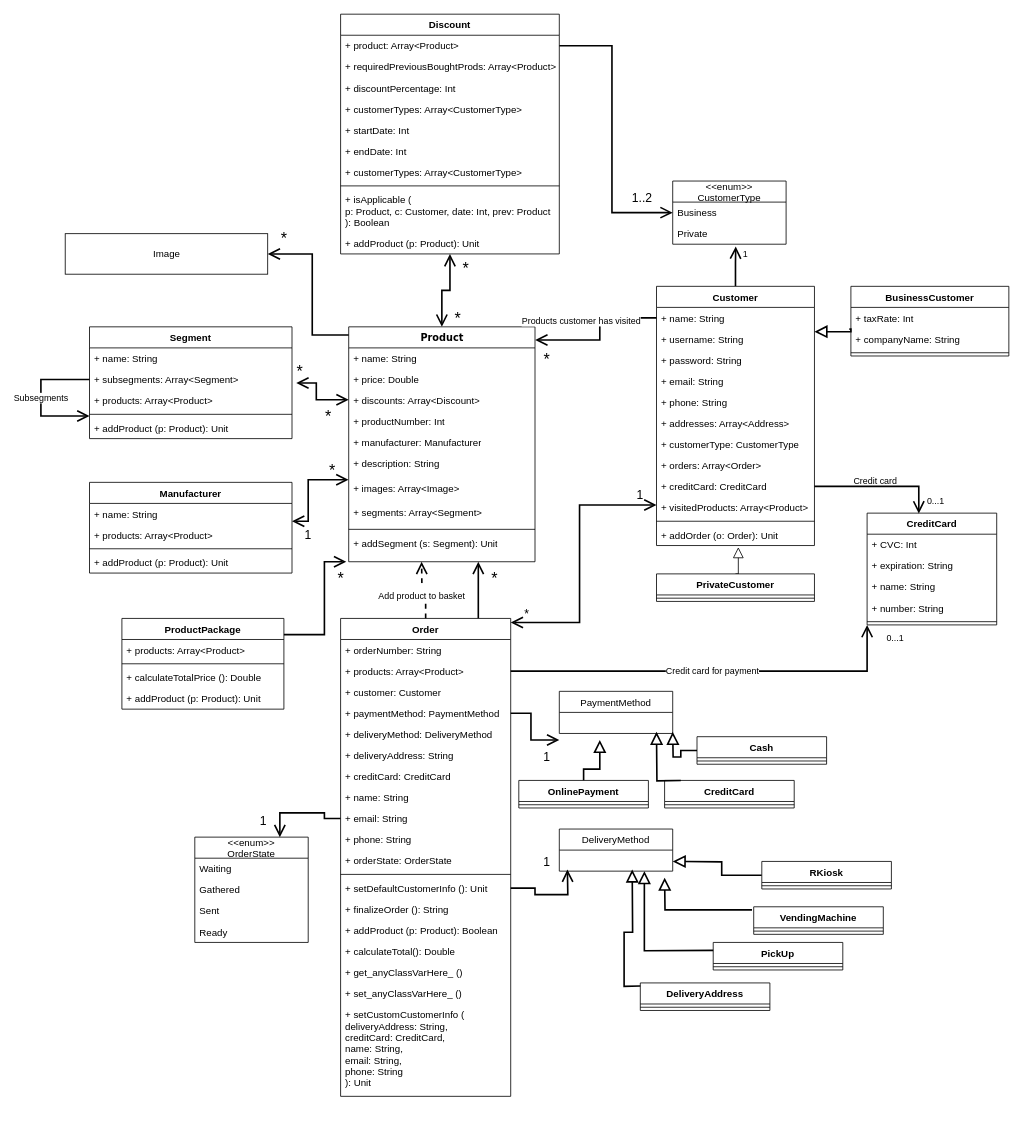
Above: UMLFinal.drawio in olliglorioso/datasets (draw.io), before the change. Source tidied: cells renumbered, new cells numbered last; positions are measured from the earlier drawing's top-left corner, leaving out a move shared by most shapes. Both pictures are drawn from the tidied source at 81%, with x=0, y=0 at pixel (40, 14).
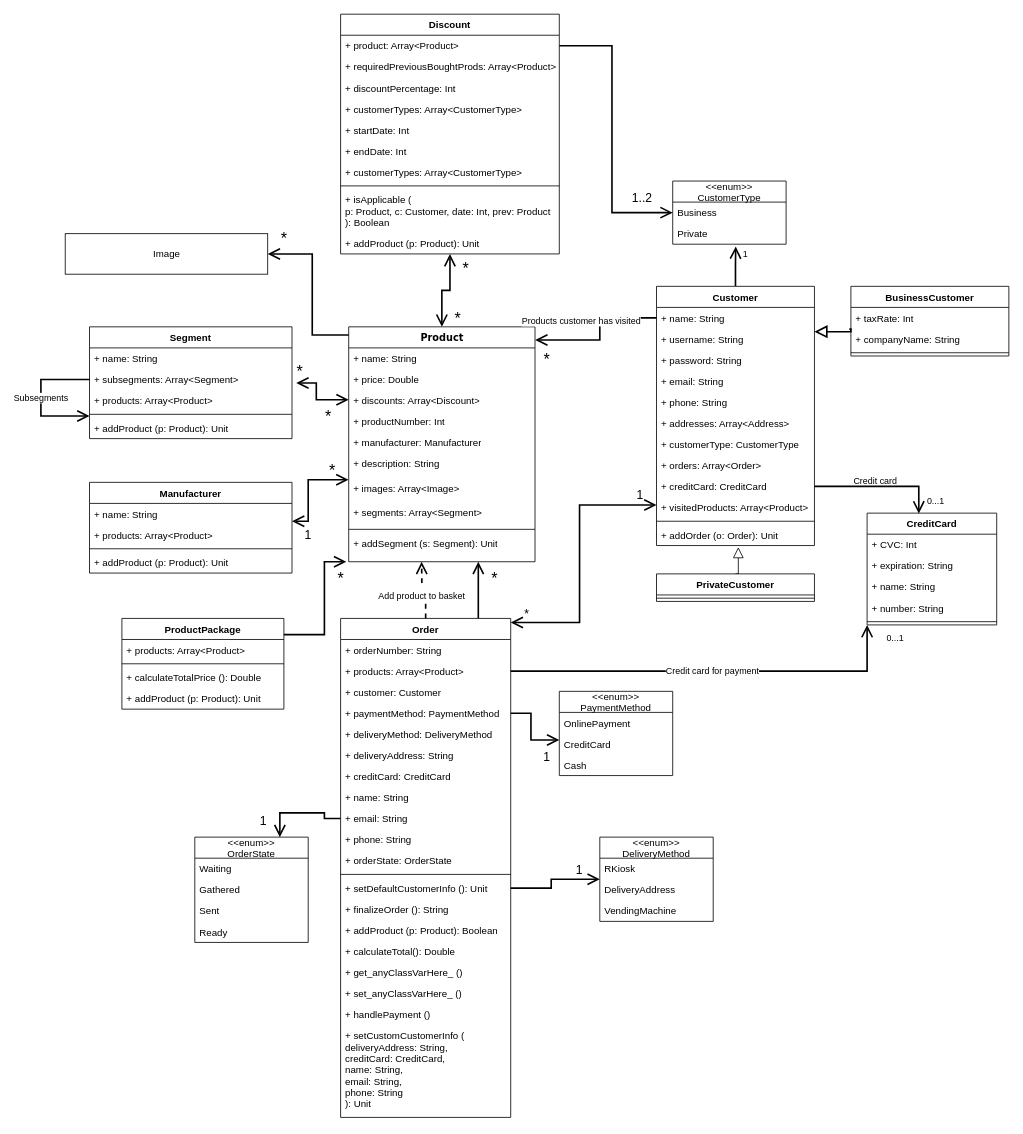
The same page after the edit.

The change refers to these unchanged cells:
```xml
<mxCell id="29" value="+ setDefaultCustomerInfo (): Unit" style="text;strokeColor=none;fillColor=none;align=left;verticalAlign=top;spacingLeft=4;spacingRight=4;overflow=hidden;points=[[0,0.5],[1,0.5]];portConstraint=eastwest;" parent="16" vertex="1">
  <mxGeometry y="320" width="210" height="26" as="geometry" />
</mxCell>
```

The edit, as a diff of the source:
```diff
@@
     <mxCell id="16" value="Order" style="swimlane;fontStyle=1;align=center;verticalAlign=top;horizontal=1;startSize=26;" parent="1" vertex="1">
-      <mxGeometry x="370" y="746" width="210" height="590" as="geometry" />
+      <mxGeometry x="370" y="746" width="210" height="616" as="geometry" />
     </mxCell>
@@
+    <mxCell id="152" value="+ handlePayment ()" style="text;strokeColor=none;fillColor=none;align=left;verticalAlign=top;spacingLeft=4;spacingRight=4;overflow=hidden;" parent="16" vertex="1">
+      <mxGeometry y="476" width="210" height="26" as="geometry" />
+    </mxCell>
     <mxCell id="35" value="+ setCustomCustomerInfo (&#10;deliveryAddress: String, &#10;creditCard: CreditCard,&#10;name: String,&#10;email: String,&#10;phone: String&#10;): Unit" style="text;strokeColor=none;fillColor=none;align=left;verticalAlign=top;spacingLeft=4;spacingRight=4;overflow=hidden;" parent="16" vertex="1">
-      <mxGeometry y="476" width="210" height="114" as="geometry" />
+      <mxGeometry y="502" width="210" height="114" as="geometry" />
     </mxCell>
@@
-    <mxCell id="94" value="PaymentMethod" style="swimlane;fontStyle=0;horizontal=1;startSize=26;fillColor=none;" parent="1" vertex="1">
-      <mxGeometry x="640" y="836" width="140" height="52" as="geometry" />
+    <mxCell id="94" value="&lt;&lt;enum&gt;&gt;&#10;PaymentMethod" style="swimlane;fontStyle=0;horizontal=1;startSize=26;fillColor=none;" parent="1" vertex="1">
+      <mxGeometry x="640" y="836" width="140" height="104" as="geometry" />
     </mxCell>
+    <mxCell id="144" value="OnlinePayment" style="text;strokeColor=none;fillColor=none;align=left;verticalAlign=top;spacingLeft=4;spacingRight=4;overflow=hidden;points=[[0,0.5],[1,0.5]];portConstraint=eastwest;" parent="94" vertex="1">
+      <mxGeometry y="26" width="140" height="26" as="geometry" />
+    </mxCell>
+    <mxCell id="149" value="CreditCard" style="text;strokeColor=none;fillColor=none;align=left;verticalAlign=top;spacingLeft=4;spacingRight=4;overflow=hidden;" parent="94" vertex="1">
+      <mxGeometry y="52" width="140" height="26" as="geometry" />
+    </mxCell>
+    <mxCell id="147" value="Cash" style="text;strokeColor=none;fillColor=none;align=left;verticalAlign=top;spacingLeft=4;spacingRight=4;overflow=hidden;points=[[0,0.5],[1,0.5]];portConstraint=eastwest;" parent="94" vertex="1">
+      <mxGeometry y="78" width="140" height="26" as="geometry" />
+    </mxCell>
@@
-    <mxCell id="97" value="DeliveryMethod" style="swimlane;fontStyle=0;horizontal=1;startSize=26;fillColor=none;" parent="1" vertex="1">
-      <mxGeometry x="640" y="1006" width="140" height="52" as="geometry" />
+    <mxCell id="97" value="&lt;&lt;enum&gt;&gt;&#10;DeliveryMethod" style="swimlane;fontStyle=0;horizontal=1;startSize=26;fillColor=none;" parent="1" vertex="1">
+      <mxGeometry x="690" y="1016" width="140" height="104" as="geometry" />
     </mxCell>
+    <mxCell id="134" value="RKiosk" style="text;strokeColor=none;fillColor=none;align=left;verticalAlign=top;spacingLeft=4;spacingRight=4;overflow=hidden;points=[[0,0.5],[1,0.5]];portConstraint=eastwest;" parent="97" vertex="1">
+      <mxGeometry y="26" width="140" height="26" as="geometry" />
+    </mxCell>
+    <mxCell id="138" value="DeliveryAddress" style="text;strokeColor=none;fillColor=none;align=left;verticalAlign=top;spacingLeft=4;spacingRight=4;overflow=hidden;" parent="97" vertex="1">
+      <mxGeometry y="52" width="140" height="26" as="geometry" />
+    </mxCell>
+    <mxCell id="136" value="VendingMachine" style="text;strokeColor=none;fillColor=none;align=left;verticalAlign=top;spacingLeft=4;spacingRight=4;overflow=hidden;points=[[0,0.5],[1,0.5]];portConstraint=eastwest;" parent="97" vertex="1">
+      <mxGeometry y="78" width="140" height="26" as="geometry" />
+    </mxCell>
-    <mxCell id="98" style="edgeStyle=orthogonalEdgeStyle;rounded=0;jettySize=auto;html=1;strokeWidth=2;endArrow=open;endFill=0;startSize=11;endSize=11;" parent="1" edge="1" source="29">
-      <mxGeometry relative="1" as="geometry">
-        <mxPoint x="650" y="1056" as="targetPoint" />
-      </mxGeometry>
+    <mxCell id="98" style="edgeStyle=orthogonalEdgeStyle;rounded=0;jettySize=auto;html=1;strokeWidth=2;endArrow=open;endFill=0;startSize=11;endSize=11;" parent="1" edge="1" source="29" target="97">
+      <mxGeometry relative="1" as="geometry" />
     </mxCell>
@@
     <mxCell id="125" value="1" style="text;strokeColor=none;align=center;fillColor=none;html=1;verticalAlign=middle;whiteSpace=wrap;rounded=0;fontSize=15;" parent="1" vertex="1">
-      <mxGeometry x="610" y="1036" width="30" height="20" as="geometry" />
+      <mxGeometry x="650" y="1046" width="30" height="20" as="geometry" />
     </mxCell>
@@
-    <mxCell id="131" value="PickUp" style="swimlane;fontStyle=1;align=center;verticalAlign=top;horizontal=1;startSize=26;" parent="1" vertex="1">
-      <mxGeometry x="830" y="1146" width="160" height="34" as="geometry" />
-    </mxCell>
-    <mxCell id="132" style="line;strokeWidth=1;fillColor=none;align=left;verticalAlign=middle;spacingTop=-1;spacingLeft=3;spacingRight=3;labelPosition=right;strokeColor=inherit;" parent="131" vertex="1">
-      <mxGeometry y="26" width="160" height="8" as="geometry" />
-    </mxCell>
-    <mxCell id="133" style="edgeStyle=orthogonalEdgeStyle;rounded=0;jettySize=auto;html=1;strokeWidth=2;endArrow=block;endFill=0;endSize=11;" parent="1" edge="1" source="134">
-      <mxGeometry relative="1" as="geometry">
-        <mxPoint x="780" y="1046" as="targetPoint" />
-      </mxGeometry>
-    </mxCell>
-    <mxCell id="134" value="RKiosk" style="swimlane;fontStyle=1;align=center;verticalAlign=top;horizontal=1;startSize=26;" parent="1" vertex="1">
-      <mxGeometry x="890" y="1046" width="160" height="34" as="geometry" />
-    </mxCell>
-    <mxCell id="135" style="line;strokeWidth=1;fillColor=none;align=left;verticalAlign=middle;spacingTop=-1;spacingLeft=3;spacingRight=3;labelPosition=right;strokeColor=inherit;" parent="134" vertex="1">
-      <mxGeometry y="26" width="160" height="8" as="geometry" />
-    </mxCell>
-    <mxCell id="136" value="VendingMachine" style="swimlane;fontStyle=1;align=center;verticalAlign=top;horizontal=1;startSize=26;" parent="1" vertex="1">
-      <mxGeometry x="880" y="1102" width="160" height="34" as="geometry" />
-    </mxCell>
-    <mxCell id="137" style="line;strokeWidth=1;fillColor=none;align=left;verticalAlign=middle;spacingTop=-1;spacingLeft=3;spacingRight=3;labelPosition=right;strokeColor=inherit;" parent="136" vertex="1">
-      <mxGeometry y="26" width="160" height="8" as="geometry" />
-    </mxCell>
-    <mxCell id="138" value="DeliveryAddress" style="swimlane;fontStyle=1;align=center;verticalAlign=top;horizontal=1;startSize=26;" parent="1" vertex="1">
-      <mxGeometry x="740" y="1196" width="160" height="34" as="geometry" />
-    </mxCell>
-    <mxCell id="139" style="line;strokeWidth=1;fillColor=none;align=left;verticalAlign=middle;spacingTop=-1;spacingLeft=3;spacingRight=3;labelPosition=right;strokeColor=inherit;" parent="138" vertex="1">
-      <mxGeometry y="26" width="160" height="8" as="geometry" />
-    </mxCell>
-    <mxCell id="140" style="edgeStyle=orthogonalEdgeStyle;rounded=0;jettySize=auto;html=1;strokeWidth=2;endArrow=block;endFill=0;exitX=-0.013;exitY=0.113;exitDx=0;exitDy=0;exitPerimeter=0;endSize=11;" parent="1" edge="1" source="136">
-      <mxGeometry relative="1" as="geometry">
-        <mxPoint x="770" y="1066" as="targetPoint" />
-      </mxGeometry>
-    </mxCell>
-    <mxCell id="141" style="edgeStyle=orthogonalEdgeStyle;rounded=0;jettySize=auto;html=1;strokeWidth=2;endArrow=block;endFill=0;exitX=-0.013;exitY=0.113;exitDx=0;exitDy=0;exitPerimeter=0;entryX=0.75;entryY=1;entryDx=0;entryDy=0;endSize=11;" parent="1" edge="1" target="97">
-      <mxGeometry relative="1" as="geometry">
-        <mxPoint x="830" y="1155.8" as="sourcePoint" />
-      </mxGeometry>
-    </mxCell>
-    <mxCell id="142" style="edgeStyle=orthogonalEdgeStyle;rounded=0;orthogonalLoop=1;jettySize=auto;html=1;strokeWidth=2;endArrow=block;endFill=0;exitX=-0.013;exitY=0.113;exitDx=0;exitDy=0;exitPerimeter=0;endSize=11;" parent="1" edge="1">
-      <mxGeometry relative="1" as="geometry">
-        <mxPoint x="740" y="1199.8" as="sourcePoint" />
-        <mxPoint x="730" y="1056" as="targetPoint" />
-      </mxGeometry>
-    </mxCell>
-    <mxCell id="143" style="edgeStyle=orthogonalEdgeStyle;rounded=0;jettySize=auto;html=1;strokeWidth=2;endArrow=block;endFill=0;endSize=11;" parent="1" edge="1" source="144">
-      <mxGeometry relative="1" as="geometry">
-        <mxPoint x="690" y="896" as="targetPoint" />
-        <Array as="points">
-          <mxPoint x="670" y="932" />
-          <mxPoint x="690" y="932" />
-          <mxPoint x="690" y="918" />
-        </Array>
-      </mxGeometry>
-    </mxCell>
-    <mxCell id="144" value="OnlinePayment" style="swimlane;fontStyle=1;align=center;verticalAlign=top;horizontal=1;startSize=26;" parent="1" vertex="1">
-      <mxGeometry x="590" y="946" width="160" height="34" as="geometry" />
-    </mxCell>
-    <mxCell id="145" style="line;strokeWidth=1;fillColor=none;align=left;verticalAlign=middle;spacingTop=-1;spacingLeft=3;spacingRight=3;labelPosition=right;strokeColor=inherit;" parent="144" vertex="1">
-      <mxGeometry y="26" width="160" height="8" as="geometry" />
-    </mxCell>
-    <mxCell id="146" style="edgeStyle=orthogonalEdgeStyle;rounded=0;jettySize=auto;html=1;strokeWidth=2;endArrow=block;endFill=0;endSize=11;startSize=11;" parent="1" edge="1" source="147">
-      <mxGeometry relative="1" as="geometry">
-        <mxPoint x="780" y="886" as="targetPoint" />
-      </mxGeometry>
-    </mxCell>
-    <mxCell id="147" value="Cash" style="swimlane;fontStyle=1;align=center;verticalAlign=top;horizontal=1;startSize=26;" parent="1" vertex="1">
-      <mxGeometry x="810" y="892" width="160" height="34" as="geometry" />
-    </mxCell>
-    <mxCell id="148" style="line;strokeWidth=1;fillColor=none;align=left;verticalAlign=middle;spacingTop=-1;spacingLeft=3;spacingRight=3;labelPosition=right;strokeColor=inherit;" parent="147" vertex="1">
-      <mxGeometry y="26" width="160" height="8" as="geometry" />
-    </mxCell>
-    <mxCell id="149" value="CreditCard" style="swimlane;fontStyle=1;align=center;verticalAlign=top;horizontal=1;startSize=26;" parent="1" vertex="1">
-      <mxGeometry x="770" y="946" width="160" height="34" as="geometry" />
-    </mxCell>
-    <mxCell id="150" style="line;strokeWidth=1;fillColor=none;align=left;verticalAlign=middle;spacingTop=-1;spacingLeft=3;spacingRight=3;labelPosition=right;strokeColor=inherit;" parent="149" vertex="1">
-      <mxGeometry y="26" width="160" height="8" as="geometry" />
-    </mxCell>
-    <mxCell id="151" style="edgeStyle=orthogonalEdgeStyle;rounded=0;orthogonalLoop=1;jettySize=auto;html=1;strokeWidth=2;endArrow=block;endFill=0;endSize=11;startSize=11;" parent="1" edge="1">
-      <mxGeometry relative="1" as="geometry">
-        <mxPoint x="790" y="946" as="sourcePoint" />
-        <mxPoint x="760" y="886" as="targetPoint" />
-      </mxGeometry>
-    </mxCell>
```
